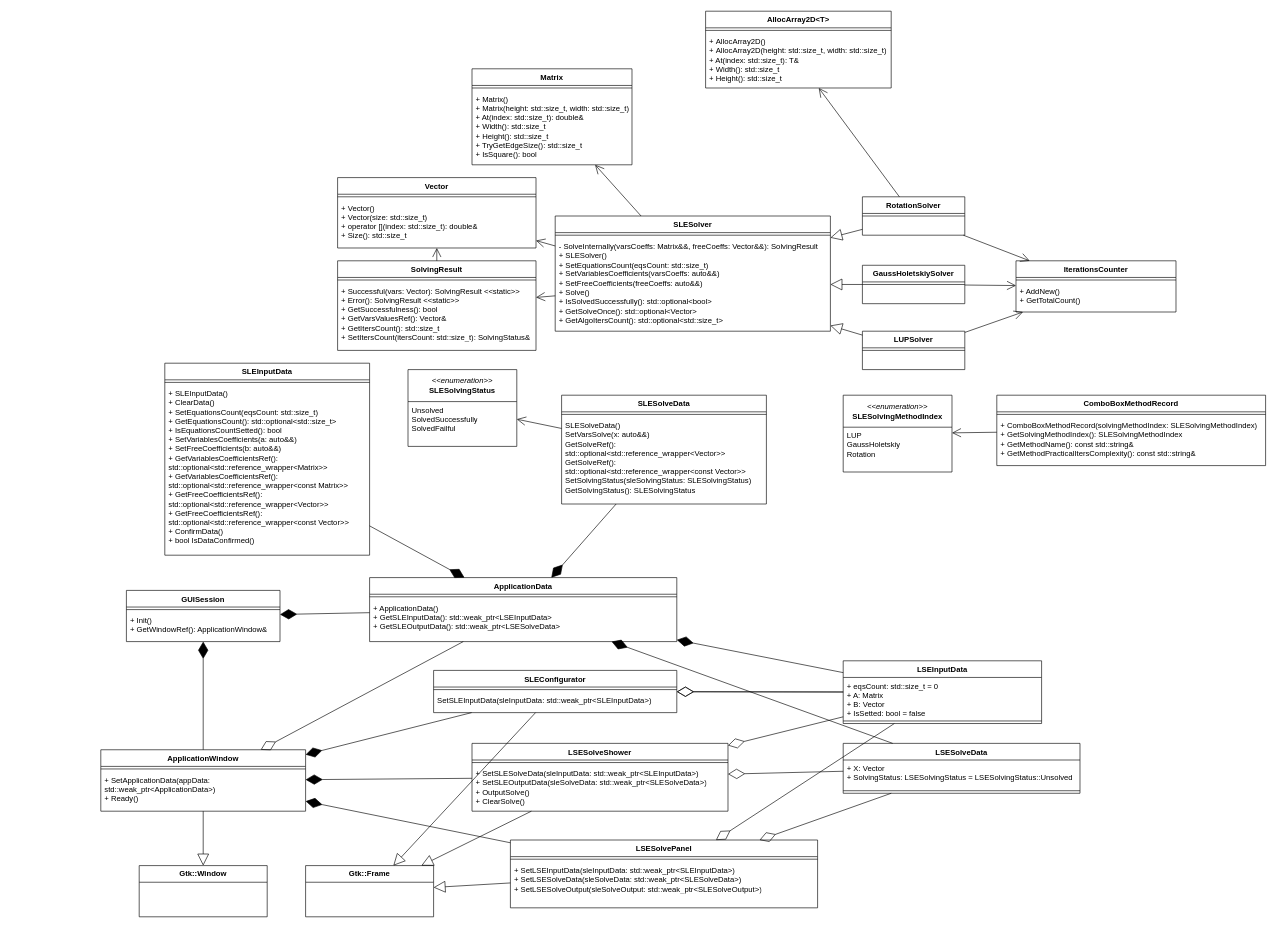
adamenko-arsen/SLE-Accurate-Solver keeps this draw.io diagram as Documents/4 ОПИС ПРОГРАМНОГО ЗАБЕЗПЕЧЕННЯ/4-ClassDiagram.drawio. Above is the earlier version. Source tidied: cells renumbered, new cells numbered last; positions are measured from the earlier drawing's top-left corner, leaving out a move shared by most shapes. Both pictures are drawn from the tidied source at 64%, with x=0, y=0 at pixel (100, 11).
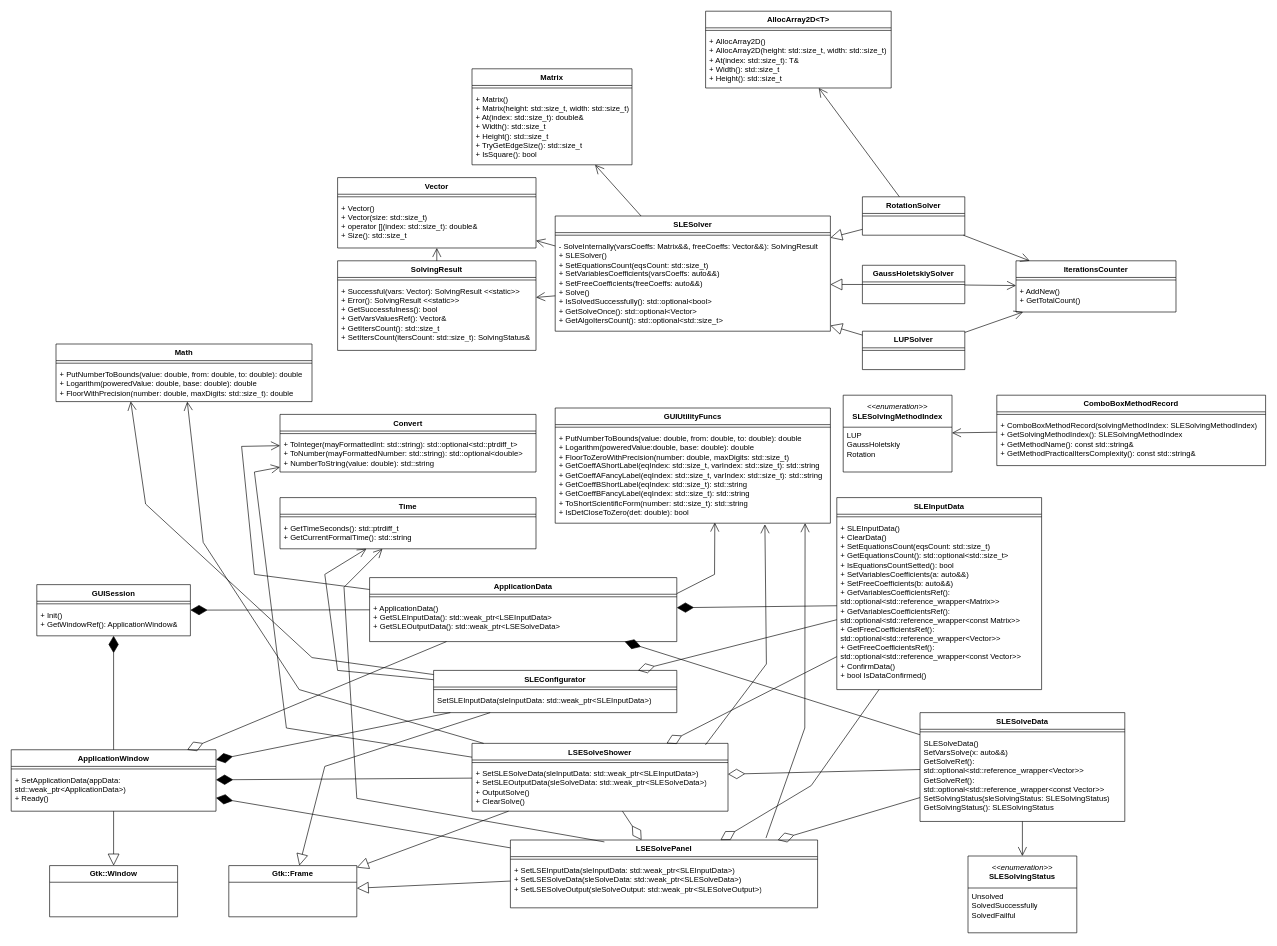
After the change.

Unchanged cells that the change refers to:
```xml
<mxCell id="43" value="ApplicationData" style="swimlane;fontStyle=1;align=center;verticalAlign=top;horizontal=1;startSize=26;whiteSpace=wrap;html=1;" parent="1" vertex="1">
  <mxGeometry x="420" y="885" width="480" height="100" as="geometry" />
</mxCell>
<mxCell id="46" value="SLEConfigurator" style="swimlane;fontStyle=1;align=center;verticalAlign=top;horizontal=1;startSize=26;whiteSpace=wrap;html=1;" parent="1" vertex="1">
  <mxGeometry x="520" y="1030" width="380" height="66" as="geometry" />
</mxCell>
<mxCell id="49" value="LSESolveShower" style="swimlane;fontStyle=1;align=center;verticalAlign=top;horizontal=1;startSize=26;whiteSpace=wrap;html=1;" parent="1" vertex="1">
  <mxGeometry x="580" y="1144" width="400" height="106" as="geometry" />
</mxCell>
<mxCell id="52" value="LSESolvePanel" style="swimlane;fontStyle=1;align=center;verticalAlign=top;horizontal=1;startSize=26;whiteSpace=wrap;html=1;" parent="1" vertex="1">
  <mxGeometry x="640" y="1295" width="480" height="106" as="geometry" />
</mxCell>
<mxCell id="92" value="+ SLEInputData()&lt;br&gt;+ ClearData()&lt;br&gt;+ SetEquationsCount(eqsCount: std::size_t)&lt;br&gt;+ GetEquationsCount(): std::optional&amp;lt;std::size_t&amp;gt;&lt;br&gt;+ IsEquationsCountSetted(): bool&lt;br&gt;+ SetVariablesCoefficients(a: auto&amp;amp;&amp;amp;)&lt;br&gt;+ SetFreeCoefficients(b: auto&amp;amp;&amp;amp;)&lt;br&gt;+ GetVariablesCoefficientsRef(): std::optional&amp;lt;std::reference_wrapper&amp;lt;Matrix&amp;gt;&amp;gt;&lt;br&gt;+ GetVariablesCoefficientsRef(): std::optional&amp;lt;std::reference_wrapper&amp;lt;const Matrix&amp;gt;&amp;gt;&lt;br&gt;+ GetFreeCoefficientsRef(): std::optional&amp;lt;std::reference_wrapper&amp;lt;Vector&amp;gt;&amp;gt;&lt;br&gt;+ GetFreeCoefficientsRef(): std::optional&amp;lt;std::reference_wrapper&amp;lt;const Vector&amp;gt;&amp;gt;&lt;br&gt;+ ConfirmData()&lt;br&gt;+ bool IsDataConfirmed()&lt;div&gt;&lt;br/&gt;&lt;/div&gt;" style="text;strokeColor=none;fillColor=none;align=left;verticalAlign=top;spacingLeft=4;spacingRight=4;overflow=hidden;points=[[0,0.5],[1,0.5]];portConstraint=eastwest;whiteSpace=wrap;html=1;" parent="90" vertex="1">
  <mxGeometry y="34" width="320" height="266" as="geometry" />
</mxCell>
```

Change to the diagram source:
```diff
@@
     <mxCell id="34" value="GUISession" style="swimlane;fontStyle=1;align=center;verticalAlign=top;horizontal=1;startSize=26;whiteSpace=wrap;html=1;" parent="1" vertex="1">
-      <mxGeometry x="40" y="905" width="240" height="80" as="geometry" />
+      <mxGeometry x="-100" y="896" width="240" height="80" as="geometry" />
     </mxCell>
@@
-    <mxCell id="37" value="LSEInputData" style="swimlane;fontStyle=1;align=center;verticalAlign=top;horizontal=1;startSize=26;whiteSpace=wrap;html=1;" parent="1" vertex="1">
-      <mxGeometry x="1160" y="1015" width="310" height="98" as="geometry" />
-    </mxCell>
-    <mxCell id="38" value="&lt;div&gt;+ eqsCount:&amp;nbsp;std::size_t = 0&lt;/div&gt;&lt;div&gt;+ A: Matrix&lt;/div&gt;&lt;div&gt;+ B: Vector&lt;/div&gt;&lt;div&gt;+ IsSetted: bool = false&lt;br&gt;&lt;/div&gt;" style="text;strokeColor=none;fillColor=none;align=left;verticalAlign=top;spacingLeft=4;spacingRight=4;overflow=hidden;whiteSpace=wrap;html=1;" parent="37" vertex="1">
-      <mxGeometry y="26" width="310" height="64" as="geometry" />
-    </mxCell>
-    <mxCell id="39" style="line;strokeWidth=1;fillColor=none;align=left;verticalAlign=middle;spacingTop=-1;spacingLeft=3;spacingRight=3;labelPosition=right;strokeColor=inherit;" parent="37" vertex="1">
-      <mxGeometry y="90" width="310" height="8" as="geometry" />
-    </mxCell>
-    <mxCell id="40" value="LSESolveData" style="swimlane;fontStyle=1;align=center;verticalAlign=top;horizontal=1;startSize=26;whiteSpace=wrap;html=1;" parent="1" vertex="1">
-      <mxGeometry x="1160" y="1144" width="370" height="78" as="geometry" />
-    </mxCell>
-    <mxCell id="41" value="&lt;div&gt;+ X: Vector&lt;/div&gt;&lt;div&gt;+ SolvingStatus: LSESolvingStatus = LSESolvingStatus::Unsolved&lt;/div&gt;" style="text;strokeColor=none;fillColor=none;align=left;verticalAlign=top;spacingLeft=4;spacingRight=4;overflow=hidden;whiteSpace=wrap;html=1;" parent="40" vertex="1">
-      <mxGeometry y="26" width="370" height="44" as="geometry" />
-    </mxCell>
-    <mxCell id="42" style="line;strokeWidth=1;fillColor=none;align=left;verticalAlign=middle;spacingTop=-1;spacingLeft=3;spacingRight=3;labelPosition=right;strokeColor=inherit;" parent="40" vertex="1">
-      <mxGeometry y="70" width="370" height="8" as="geometry" />
-    </mxCell>
@@
     <mxCell id="55" value="ApplicationWindow" style="swimlane;fontStyle=1;align=center;verticalAlign=top;horizontal=1;startSize=26;whiteSpace=wrap;html=1;" parent="1" vertex="1">
-      <mxGeometry y="1154" width="320" height="96" as="geometry" />
+      <mxGeometry x="-140" y="1154" width="320" height="96" as="geometry" />
     </mxCell>
@@
     <mxCell id="58" value="&lt;b&gt;Gtk::Frame&lt;/b&gt;" style="swimlane;fontStyle=0;horizontal=1;startSize=26;fillColor=none;whiteSpace=wrap;html=1;" parent="1" vertex="1">
-      <mxGeometry x="320" y="1335" width="200" height="80" as="geometry" />
+      <mxGeometry x="200" y="1335" width="200" height="80" as="geometry" />
     </mxCell>
     <mxCell id="59" value="&lt;b&gt;Gtk::Window&lt;/b&gt;" style="swimlane;fontStyle=0;horizontal=1;startSize=26;fillColor=none;whiteSpace=wrap;html=1;" parent="1" vertex="1">
-      <mxGeometry x="60" y="1335" width="200" height="80" as="geometry" />
+      <mxGeometry x="-80" y="1335" width="200" height="80" as="geometry" />
     </mxCell>
@@
     <mxCell id="66" style="endArrow=block;endSize=16;endFill=0;html=1;rounded=0;" parent="1" edge="1" source="46" target="58">
-      <mxGeometry relative="1" as="geometry" />
+      <mxGeometry relative="1" as="geometry">
+        <Array as="points">
+          <mxPoint x="350" y="1180" />
+        </Array>
+      </mxGeometry>
     </mxCell>
@@
-    <mxCell id="68" style="endArrow=diamondThin;endFill=1;endSize=24;html=1;rounded=0;" parent="1" edge="1" source="37" target="43">
-      <mxGeometry relative="1" as="geometry" />
-    </mxCell>
-    <mxCell id="69" style="endArrow=diamondThin;endFill=1;endSize=24;html=1;rounded=0;" parent="1" edge="1" source="40" target="43">
-      <mxGeometry relative="1" as="geometry" />
-    </mxCell>
-    <mxCell id="70" style="endArrow=diamondThin;endFill=0;endSize=24;html=1;rounded=0;" parent="1" edge="1" source="37" target="46">
-      <mxGeometry relative="1" as="geometry" />
-    </mxCell>
-    <mxCell id="71" style="endArrow=diamondThin;endFill=0;endSize=24;html=1;rounded=0;" parent="1" edge="1" source="40" target="49">
-      <mxGeometry relative="1" as="geometry" />
-    </mxCell>
-    <mxCell id="72" style="endArrow=diamondThin;endFill=0;endSize=24;html=1;rounded=0;" parent="1" edge="1" source="37" target="46">
-      <mxGeometry relative="1" as="geometry" />
-    </mxCell>
-    <mxCell id="73" style="endArrow=diamondThin;endFill=0;endSize=24;html=1;rounded=0;" parent="1" edge="1" source="40" target="52">
-      <mxGeometry relative="1" as="geometry" />
-    </mxCell>
-    <mxCell id="74" style="endArrow=diamondThin;endFill=0;endSize=24;html=1;rounded=0;" parent="1" edge="1" source="37" target="49">
-      <mxGeometry relative="1" as="geometry" />
-    </mxCell>
-    <mxCell id="75" style="endArrow=diamondThin;endFill=0;endSize=24;html=1;rounded=0;" parent="1" edge="1" source="37" target="52">
-      <mxGeometry relative="1" as="geometry" />
-    </mxCell>
@@
     <mxCell id="90" value="SLEInputData" style="swimlane;fontStyle=1;align=center;verticalAlign=top;horizontal=1;startSize=26;whiteSpace=wrap;html=1;" parent="1" vertex="1">
-      <mxGeometry x="100" y="550" width="320" height="300" as="geometry" />
+      <mxGeometry x="1150" y="760" width="320" height="300" as="geometry" />
     </mxCell>
@@
     <mxCell id="94" value="&lt;div&gt;&lt;i&gt;&amp;lt;&amp;lt;enumeration&amp;gt;&amp;gt;&lt;/i&gt;&lt;br&gt;&lt;/div&gt;&lt;div&gt;&lt;b&gt;SLESolvingStatus&lt;/b&gt;&lt;/div&gt;" style="swimlane;fontStyle=0;horizontal=1;startSize=50;fillColor=none;whiteSpace=wrap;html=1;" parent="1" vertex="1">
-      <mxGeometry x="480" y="560" width="170" height="120" as="geometry" />
+      <mxGeometry x="1355" y="1320" width="170" height="120" as="geometry" />
     </mxCell>
@@
     <mxCell id="96" value="SLESolveData" style="swimlane;fontStyle=1;align=center;verticalAlign=top;horizontal=1;startSize=26;whiteSpace=wrap;html=1;" parent="1" vertex="1">
-      <mxGeometry x="720" y="600" width="320" height="170" as="geometry" />
+      <mxGeometry x="1280" y="1096" width="320" height="170" as="geometry" />
     </mxCell>
@@
+    <mxCell id="101" style="endArrow=diamondThin;endFill=0;endSize=24;html=1;rounded=0;" parent="1" edge="1" source="96" target="52">
+      <mxGeometry relative="1" as="geometry" />
+    </mxCell>
+    <mxCell id="102" style="endArrow=diamondThin;endFill=0;endSize=24;html=1;rounded=0;" parent="1" edge="1" source="96" target="49">
+      <mxGeometry relative="1" as="geometry" />
+    </mxCell>
+    <mxCell id="103" style="endArrow=diamondThin;endFill=0;endSize=24;html=1;rounded=0;" parent="1" edge="1" source="49" target="52">
+      <mxGeometry relative="1" as="geometry" />
+    </mxCell>
+    <mxCell id="104" style="endArrow=diamondThin;endFill=0;endSize=24;html=1;rounded=0;" parent="1" edge="1" source="90" target="46">
+      <mxGeometry relative="1" as="geometry" />
+    </mxCell>
+    <mxCell id="105" style="endArrow=diamondThin;endFill=0;endSize=24;html=1;rounded=0;" parent="1" edge="1" source="92" target="49">
+      <mxGeometry relative="1" as="geometry" />
+    </mxCell>
+    <mxCell id="106" style="endArrow=diamondThin;endFill=0;endSize=24;html=1;rounded=0;" parent="1" edge="1" source="92" target="52">
+      <mxGeometry relative="1" as="geometry">
+        <Array as="points">
+          <mxPoint x="1110" y="1210" />
+        </Array>
+      </mxGeometry>
+    </mxCell>
+    <mxCell id="107" value="GUIUtilityFuncs" style="swimlane;fontStyle=1;align=center;verticalAlign=top;horizontal=1;startSize=26;whiteSpace=wrap;html=1;" parent="1" vertex="1">
+      <mxGeometry x="710" y="620" width="430" height="180" as="geometry" />
+    </mxCell>
+    <mxCell id="108" style="line;strokeWidth=1;fillColor=none;align=left;verticalAlign=middle;spacingTop=-1;spacingLeft=3;spacingRight=3;labelPosition=right;strokeColor=inherit;" parent="107" vertex="1">
+      <mxGeometry y="26" width="430" height="8" as="geometry" />
+    </mxCell>
+    <mxCell id="109" value="+ PutNumberToBounds(value: double, from: double, to: double): double&lt;div&gt;+ Logarithm(poweredValue:double, base: double): double&lt;/div&gt;&lt;div&gt;+ FloorToZeroWithPrecision(number: double, maxDigits: std::size_t)&lt;/div&gt;&lt;div&gt;+ GetCoeffAShortLabel(eqIndex: std::size_t, varIndex: std::size_t): std::string&lt;/div&gt;&lt;div&gt;+ GetCoeffAFancyLabel(eqIndex: std::size_t,&amp;nbsp;varIndex: std::size_t): std::string&lt;/div&gt;&lt;div&gt;&lt;div&gt;+ GetCoeffBShortLabel(eqIndex: std::size_t): std::string&lt;/div&gt;&lt;div&gt;+ GetCoeffBFancyLabel(eqIndex: std::size_t): std::string&lt;/div&gt;&lt;div&gt;+ ToShortScientificForm(number: std::size_t): std::string&lt;/div&gt;&lt;div&gt;+ IsDetCloseToZero(det: double): bool&lt;/div&gt;&lt;/div&gt;" style="text;strokeColor=none;fillColor=none;align=left;verticalAlign=top;spacingLeft=4;spacingRight=4;overflow=hidden;points=[[0,0.5],[1,0.5]];portConstraint=eastwest;whiteSpace=wrap;html=1;" parent="107" vertex="1">
+      <mxGeometry y="34" width="430" height="146" as="geometry" />
+    </mxCell>
+    <mxCell id="110" style="endArrow=open;endFill=1;endSize=12;html=1;rounded=0;exitX=0.832;exitY=-0.03;exitDx=0;exitDy=0;exitPerimeter=0;entryX=0.908;entryY=1;entryDx=0;entryDy=0;entryPerimeter=0;" parent="1" edge="1" source="52" target="109">
+      <mxGeometry relative="1" as="geometry">
+        <Array as="points">
+          <mxPoint x="1100" y="1120" />
+        </Array>
+      </mxGeometry>
+    </mxCell>
+    <mxCell id="111" style="endArrow=open;endFill=1;endSize=12;html=1;rounded=0;exitX=0.912;exitY=0.022;exitDx=0;exitDy=0;exitPerimeter=0;entryX=0.762;entryY=1.012;entryDx=0;entryDy=0;entryPerimeter=0;" parent="1" edge="1" source="49" target="109">
+      <mxGeometry relative="1" as="geometry">
+        <Array as="points">
+          <mxPoint x="1040" y="1020" />
+        </Array>
+      </mxGeometry>
+    </mxCell>
+    <mxCell id="112" style="endArrow=open;endFill=1;endSize=12;html=1;rounded=0;exitX=1;exitY=0.25;exitDx=0;exitDy=0;entryX=0.58;entryY=0.994;entryDx=0;entryDy=0;entryPerimeter=0;" parent="1" edge="1" source="43" target="109">
+      <mxGeometry relative="1" as="geometry">
+        <Array as="points">
+          <mxPoint x="959" y="880" />
+        </Array>
+      </mxGeometry>
+    </mxCell>
+    <mxCell id="113" value="Convert" style="swimlane;fontStyle=1;align=center;verticalAlign=top;horizontal=1;startSize=26;whiteSpace=wrap;html=1;" parent="1" vertex="1">
+      <mxGeometry x="280" y="630" width="400" height="90" as="geometry" />
+    </mxCell>
+    <mxCell id="114" style="line;strokeWidth=1;fillColor=none;align=left;verticalAlign=middle;spacingTop=-1;spacingLeft=3;spacingRight=3;labelPosition=right;strokeColor=inherit;" parent="113" vertex="1">
+      <mxGeometry y="26" width="400" height="8" as="geometry" />
+    </mxCell>
+    <mxCell id="115" value="&lt;div&gt;+ ToInteger(mayFormattedInt: std::string): std::optional&amp;lt;std::ptrdiff_t&amp;gt;&lt;/div&gt;&lt;div&gt;+ ToNumber(mayFormattedNumber: std::string): std::optional&amp;lt;double&amp;gt;&lt;/div&gt;&lt;div&gt;+ NumberToString(value: double): std::string&lt;/div&gt;" style="text;strokeColor=none;fillColor=none;align=left;verticalAlign=top;spacingLeft=4;spacingRight=4;overflow=hidden;whiteSpace=wrap;html=1;" parent="113" vertex="1">
+      <mxGeometry y="34" width="400" height="56" as="geometry" />
+    </mxCell>
+    <mxCell id="116" value="Time" style="swimlane;fontStyle=1;align=center;verticalAlign=top;horizontal=1;startSize=26;whiteSpace=wrap;html=1;" parent="1" vertex="1">
+      <mxGeometry x="280" y="760" width="400" height="80" as="geometry" />
+    </mxCell>
+    <mxCell id="117" style="line;strokeWidth=1;fillColor=none;align=left;verticalAlign=middle;spacingTop=-1;spacingLeft=3;spacingRight=3;labelPosition=right;strokeColor=inherit;" parent="116" vertex="1">
+      <mxGeometry y="26" width="400" height="8" as="geometry" />
+    </mxCell>
+    <mxCell id="118" value="&lt;div&gt;+ GetTimeSeconds(): std::ptrdiff_t&lt;/div&gt;&lt;div&gt;+ GetCurrentFormalTime(): std::string&lt;/div&gt;" style="text;strokeColor=none;fillColor=none;align=left;verticalAlign=top;spacingLeft=4;spacingRight=4;overflow=hidden;whiteSpace=wrap;html=1;" parent="116" vertex="1">
+      <mxGeometry y="34" width="400" height="46" as="geometry" />
+    </mxCell>
+    <mxCell id="119" style="endArrow=open;endFill=1;endSize=12;html=1;rounded=0;" parent="1" edge="1" source="46" target="116">
+      <mxGeometry relative="1" as="geometry">
+        <Array as="points">
+          <mxPoint x="370" y="1030" />
+          <mxPoint x="350" y="880" />
+        </Array>
+      </mxGeometry>
+    </mxCell>
+    <mxCell id="120" style="endArrow=open;endFill=1;endSize=12;html=1;rounded=0;exitX=0.306;exitY=0.028;exitDx=0;exitDy=0;exitPerimeter=0;" parent="1" edge="1" source="52" target="116">
+      <mxGeometry relative="1" as="geometry">
+        <Array as="points">
+          <mxPoint x="400" y="1230" />
+          <mxPoint x="380" y="900" />
+        </Array>
+      </mxGeometry>
+    </mxCell>
+    <mxCell id="121" style="endArrow=open;endFill=1;endSize=12;html=1;rounded=0;" parent="1" edge="1" source="43" target="113">
+      <mxGeometry relative="1" as="geometry">
+        <Array as="points">
+          <mxPoint x="240" y="880" />
+          <mxPoint x="220" y="680" />
+        </Array>
+      </mxGeometry>
+    </mxCell>
+    <mxCell id="122" style="endArrow=open;endFill=1;endSize=12;html=1;rounded=0;" parent="1" edge="1" source="49" target="113">
+      <mxGeometry relative="1" as="geometry">
+        <Array as="points">
+          <mxPoint x="290" y="1120" />
+          <mxPoint x="240" y="720" />
+        </Array>
+      </mxGeometry>
+    </mxCell>
+    <mxCell id="123" value="Math" style="swimlane;fontStyle=1;align=center;verticalAlign=top;horizontal=1;startSize=26;whiteSpace=wrap;html=1;" parent="1" vertex="1">
+      <mxGeometry x="-70" y="520" width="400" height="90" as="geometry" />
+    </mxCell>
+    <mxCell id="124" style="line;strokeWidth=1;fillColor=none;align=left;verticalAlign=middle;spacingTop=-1;spacingLeft=3;spacingRight=3;labelPosition=right;strokeColor=inherit;" parent="123" vertex="1">
+      <mxGeometry y="26" width="400" height="8" as="geometry" />
+    </mxCell>
+    <mxCell id="125" value="&lt;div&gt;+ PutNumberToBounds(value: double, from: double, to: double): double&lt;/div&gt;&lt;div&gt;+ Logarithm(poweredValue: double, base: double): double&lt;/div&gt;&lt;div&gt;+ FloorWithPrecision(number: double, maxDigits: std::size_t): double&lt;br&gt;&lt;/div&gt;" style="text;strokeColor=none;fillColor=none;align=left;verticalAlign=top;spacingLeft=4;spacingRight=4;overflow=hidden;points=[[0,0.5],[1,0.5]];portConstraint=eastwest;whiteSpace=wrap;html=1;" parent="123" vertex="1">
+      <mxGeometry y="34" width="400" height="56" as="geometry" />
+    </mxCell>
+    <mxCell id="126" style="endArrow=open;endFill=1;endSize=12;html=1;rounded=0;" parent="1" edge="1" source="49" target="123">
+      <mxGeometry relative="1" as="geometry">
+        <Array as="points">
+          <mxPoint x="310" y="1060" />
+          <mxPoint x="160" y="830" />
+        </Array>
+      </mxGeometry>
+    </mxCell>
+    <mxCell id="127" style="endArrow=open;endFill=1;endSize=12;html=1;rounded=0;entryX=0.292;entryY=0.996;entryDx=0;entryDy=0;entryPerimeter=0;" parent="1" edge="1" source="46" target="125">
+      <mxGeometry relative="1" as="geometry">
+        <Array as="points">
+          <mxPoint x="330" y="1010" />
+          <mxPoint x="70" y="770" />
+        </Array>
+      </mxGeometry>
+    </mxCell>
```
